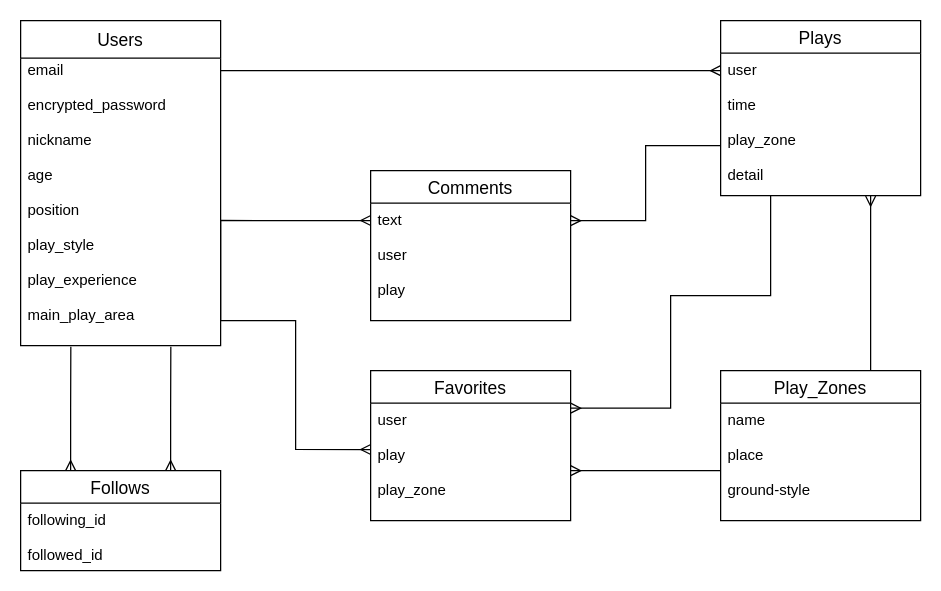
The draw.io diagram さかともER.dio in ackey-getup/sakatomo, before the edit. Source tidied: cells renumbered, new cells numbered last; positions are measured from the earlier drawing's top-left corner, leaving out a move shared by most shapes. Both pictures are drawn from the tidied source at 125%, with x=0, y=0 at pixel (20, 20).
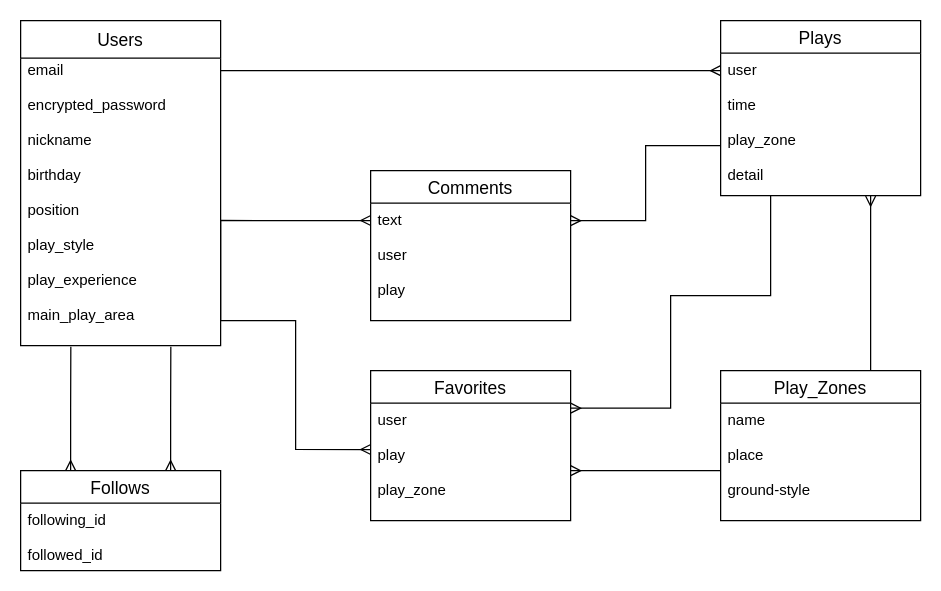
Above is the later version.

Change to the diagram source:
```diff
@@
-    <mxCell id="20" value="email&#10;&#10;encrypted_password&#10;&#10;nickname&#10;&#10;age&#10;&#10;position&#10;&#10;play_style&#10;&#10;play_experience&#10;&#10;main_play_area" style="text;strokeColor=none;fillColor=none;spacingLeft=4;spacingRight=4;overflow=hidden;points=[[0,0.5],[1,0.5]];portConstraint=eastwest;fontSize=12;" parent="1" vertex="1">
+    <mxCell id="20" value="email&#10;&#10;encrypted_password&#10;&#10;nickname&#10;&#10;birthday&#10;&#10;position&#10;&#10;play_style&#10;&#10;play_experience&#10;&#10;main_play_area" style="text;strokeColor=none;fillColor=none;spacingLeft=4;spacingRight=4;overflow=hidden;points=[[0,0.5],[1,0.5]];portConstraint=eastwest;fontSize=12;" parent="1" vertex="1">
       <mxGeometry y="26" width="160" height="234" as="geometry" />
     </mxCell>
```
